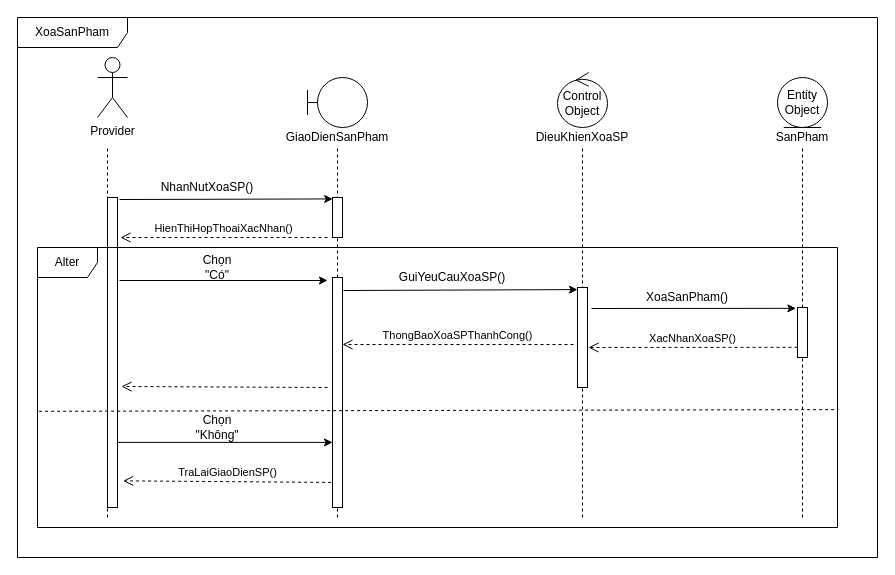
This is Sequence/XoaSanPham.drawio from hoangminh15/PTTKHT, a draw.io file, before an edit. Source tidied: cells renumbered, new cells numbered last; positions are measured from the earlier drawing's top-left corner, leaving out a move shared by most shapes. Both pictures are drawn from the tidied source at 100%, with x=0, y=0 at pixel (17, 17).
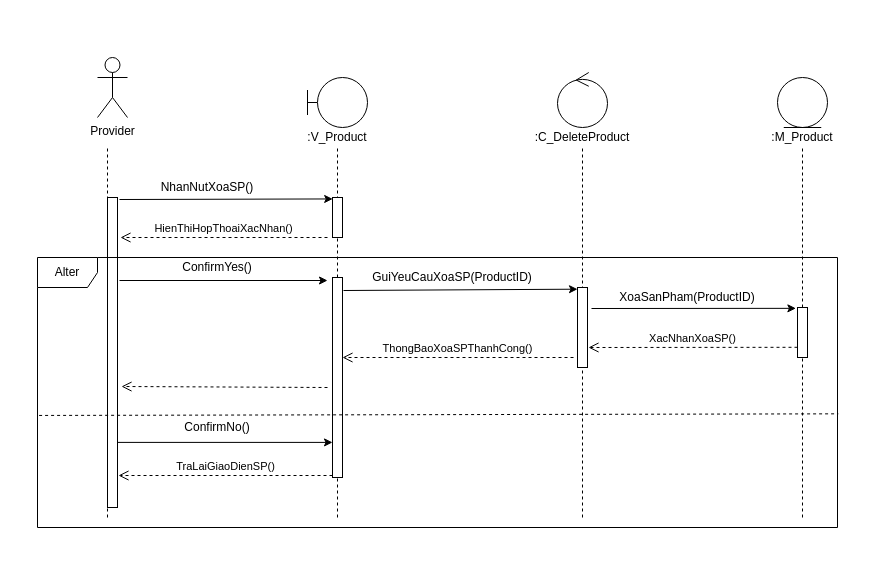
After the change.

Unchanged cells that the change refers to:
```xml
<mxCell id="15" style="html=1;points=[];perimeter=orthogonalPerimeter;" parent="1" vertex="1">
  <mxGeometry x="90" y="180" width="10" height="310" as="geometry" />
</mxCell>
```

What changed in the source:
```diff
@@
-    <mxCell id="4" value="Control Object" style="ellipse;shape=umlControl;whiteSpace=wrap;html=1;" parent="1" vertex="1">
+    <mxCell id="4" style="ellipse;shape=umlControl;whiteSpace=wrap;html=1;" parent="1" vertex="1">
       <mxGeometry x="540" y="55" width="50" height="55" as="geometry" />
     </mxCell>
-    <mxCell id="5" value="Entity Object" style="ellipse;shape=umlEntity;whiteSpace=wrap;html=1;" parent="1" vertex="1">
+    <mxCell id="5" style="ellipse;shape=umlEntity;whiteSpace=wrap;html=1;" parent="1" vertex="1">
       <mxGeometry x="760" y="60" width="50" height="50" as="geometry" />
     </mxCell>
-    <mxCell id="6" value="SanPham" style="text;html=1;strokeColor=none;fillColor=none;align=center;verticalAlign=middle;whiteSpace=wrap;rounded=0;" parent="1" vertex="1">
+    <mxCell id="6" value=":M_Product" style="text;html=1;strokeColor=none;fillColor=none;align=center;verticalAlign=middle;whiteSpace=wrap;rounded=0;" parent="1" vertex="1">
       <mxGeometry x="765" y="110" width="40" height="20" as="geometry" />
     </mxCell>
-    <mxCell id="7" value="DieuKhienXoaSP" style="text;html=1;strokeColor=none;fillColor=none;align=center;verticalAlign=middle;whiteSpace=wrap;rounded=0;" parent="1" vertex="1">
+    <mxCell id="7" value=":C_DeleteProduct" style="text;html=1;strokeColor=none;fillColor=none;align=center;verticalAlign=middle;whiteSpace=wrap;rounded=0;" parent="1" vertex="1">
       <mxGeometry x="545" y="110" width="40" height="20" as="geometry" />
     </mxCell>
-    <mxCell id="8" value="GiaoDienSanPham" style="text;html=1;strokeColor=none;fillColor=none;align=center;verticalAlign=middle;whiteSpace=wrap;rounded=0;" parent="1" vertex="1">
+    <mxCell id="8" value=":V_Product" style="text;html=1;strokeColor=none;fillColor=none;align=center;verticalAlign=middle;whiteSpace=wrap;rounded=0;" parent="1" vertex="1">
       <mxGeometry x="300" y="110" width="40" height="20" as="geometry" />
     </mxCell>
@@
     <mxCell id="13" style="html=1;points=[];perimeter=orthogonalPerimeter;" parent="1" vertex="1">
-      <mxGeometry x="560" y="270" width="10" height="100" as="geometry" />
+      <mxGeometry x="560" y="270" width="10" height="80" as="geometry" />
     </mxCell>
@@
     <mxCell id="19" style="html=1;points=[];perimeter=orthogonalPerimeter;" parent="1" vertex="1">
-      <mxGeometry x="315" y="260" width="10" height="230" as="geometry" />
+      <mxGeometry x="315" y="260" width="10" height="200" as="geometry" />
     </mxCell>
@@
-    <mxCell id="21" value="Chọn &quot;Có&quot;" style="text;html=1;strokeColor=none;fillColor=none;align=center;verticalAlign=middle;whiteSpace=wrap;rounded=0;" parent="1" vertex="1">
+    <mxCell id="21" value="ConfirmYes()" style="text;html=1;strokeColor=none;fillColor=none;align=center;verticalAlign=middle;whiteSpace=wrap;rounded=0;" parent="1" vertex="1">
       <mxGeometry x="180" y="240" width="40" height="20" as="geometry" />
     </mxCell>
@@
-    <mxCell id="23" value="GuiYeuCauXoaSP()" style="text;html=1;strokeColor=none;fillColor=none;align=center;verticalAlign=middle;whiteSpace=wrap;rounded=0;" parent="1" vertex="1">
+    <mxCell id="23" value="GuiYeuCauXoaSP(ProductID)" style="text;html=1;strokeColor=none;fillColor=none;align=center;verticalAlign=middle;whiteSpace=wrap;rounded=0;" parent="1" vertex="1">
       <mxGeometry x="415" y="250" width="40" height="20" as="geometry" />
     </mxCell>
@@
-    <mxCell id="26" value="XoaSanPham()" style="text;html=1;strokeColor=none;fillColor=none;align=center;verticalAlign=middle;whiteSpace=wrap;rounded=0;" parent="1" vertex="1">
+    <mxCell id="26" value="XoaSanPham(ProductID)" style="text;html=1;strokeColor=none;fillColor=none;align=center;verticalAlign=middle;whiteSpace=wrap;rounded=0;" parent="1" vertex="1">
       <mxGeometry x="650" y="270" width="40" height="20" as="geometry" />
     </mxCell>
@@
-    <mxCell id="28" value="ThongBaoXoaSPThanhCong()" style="html=1;verticalAlign=bottom;endArrow=open;dashed=1;endSize=8;exitX=-0.4;exitY=0.57;exitDx=0;exitDy=0;exitPerimeter=0;" parent="1" edge="1" source="13" target="19">
-      <mxGeometry relative="1" as="geometry" />
+    <mxCell id="28" value="ThongBaoXoaSPThanhCong()" style="html=1;verticalAlign=bottom;endArrow=open;dashed=1;endSize=8;" parent="1" edge="1" target="19">
+      <mxGeometry relative="1" as="geometry">
+        <mxPoint x="556" y="340" as="sourcePoint" />
+      </mxGeometry>
     </mxCell>
@@
-    <mxCell id="31" value="Chọn &quot;Không&quot;" style="text;html=1;strokeColor=none;fillColor=none;align=center;verticalAlign=middle;whiteSpace=wrap;rounded=0;" parent="1" vertex="1">
+    <mxCell id="31" value="ConfirmNo()" style="text;html=1;strokeColor=none;fillColor=none;align=center;verticalAlign=middle;whiteSpace=wrap;rounded=0;" parent="1" vertex="1">
       <mxGeometry x="180" y="400" width="40" height="20" as="geometry" />
     </mxCell>
-    <mxCell id="32" value="TraLaiGiaoDienSP()" style="html=1;verticalAlign=bottom;endArrow=open;dashed=1;endSize=8;exitX=-0.14;exitY=0.891;exitDx=0;exitDy=0;exitPerimeter=0;entryX=1.56;entryY=0.914;entryDx=0;entryDy=0;entryPerimeter=0;" parent="1" edge="1" source="19" target="15">
-      <mxGeometry relative="1" as="geometry" />
+    <mxCell id="32" value="TraLaiGiaoDienSP()" style="html=1;verticalAlign=bottom;endArrow=open;dashed=1;endSize=8;" parent="1" edge="1">
+      <mxGeometry relative="1" as="geometry">
+        <mxPoint x="315" y="458" as="sourcePoint" />
+        <mxPoint x="101" y="458" as="targetPoint" />
+      </mxGeometry>
     </mxCell>
     <mxCell id="33" value="Alter" style="shape=umlFrame;whiteSpace=wrap;html=1;" parent="1" vertex="1">
-      <mxGeometry x="20" y="230" width="800" height="280" as="geometry" />
+      <mxGeometry x="20" y="240" width="800" height="270" as="geometry" />
     </mxCell>
@@
-    <mxCell id="35" value="XoaSanPham" style="shape=umlFrame;whiteSpace=wrap;html=1;width=110;height=30;" parent="1" vertex="1">
-      <mxGeometry width="860" height="540" as="geometry" />
-    </mxCell>
```
